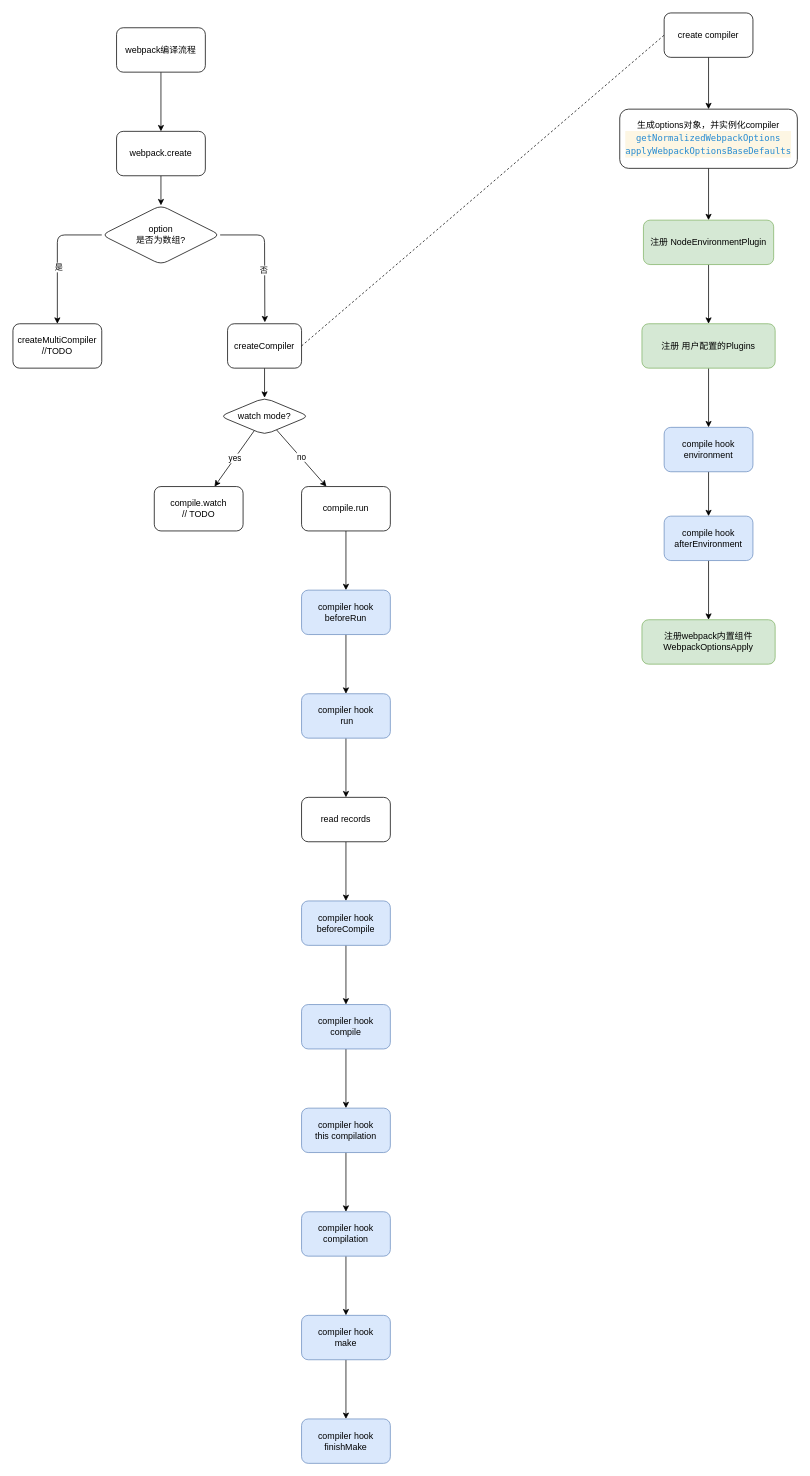
The draw.io diagram webpack-compile.drawio in flying-ostrich/webpack-source-analyse, before the edit. Source tidied: cells renumbered, new cells numbered last; positions are measured from the earlier drawing's top-left corner, leaving out a move shared by most shapes. Both pictures are drawn from the tidied source at 74%, with x=0, y=0 at pixel (13, 13).
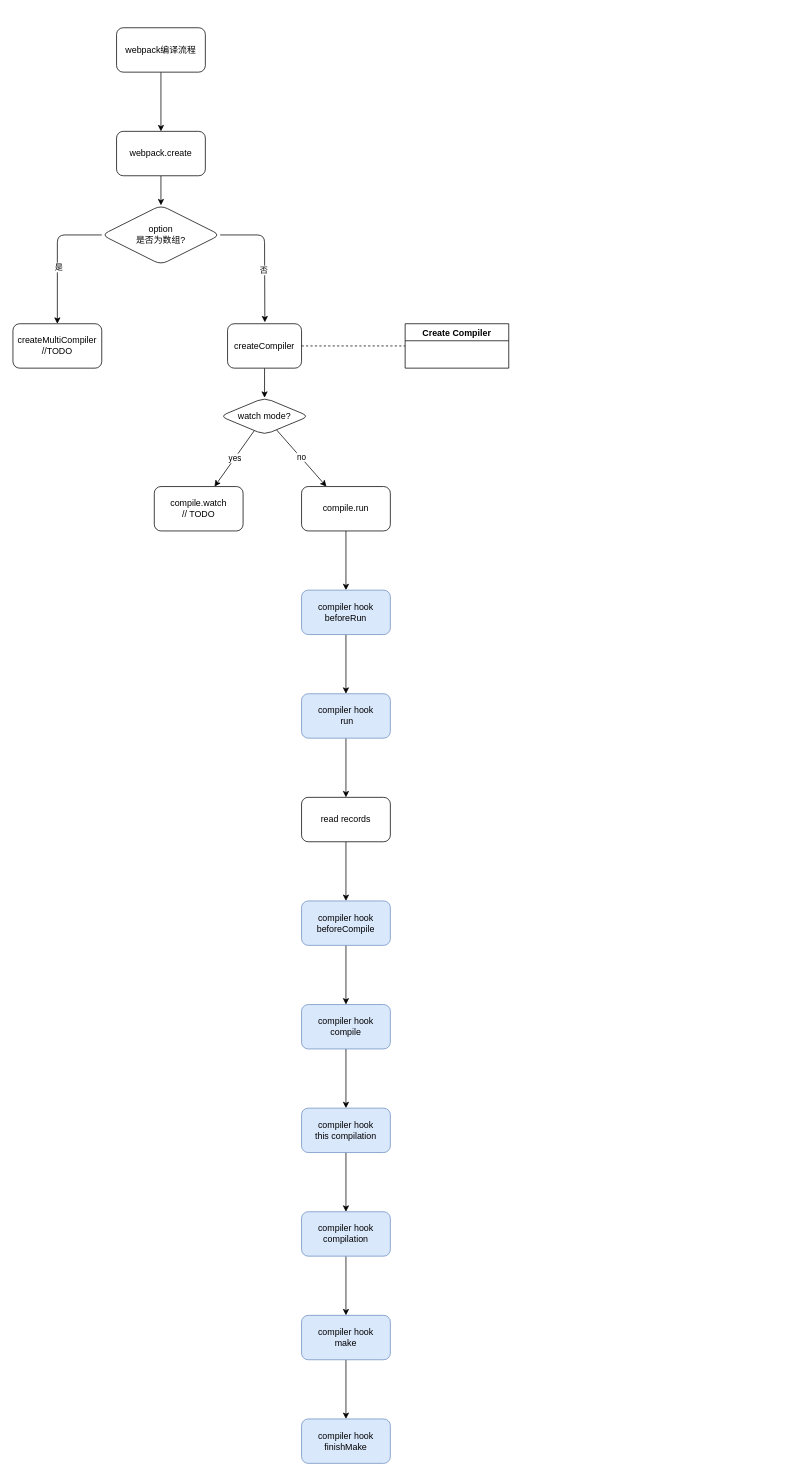
The same page after the edit.

Unchanged cells that the change refers to:
```xml
<mxCell id="13" value="createCompiler" style="rounded=1;whiteSpace=wrap;html=1;" parent="1" vertex="1">
  <mxGeometry x="290" y="420" width="100" height="60" as="geometry" />
</mxCell>
```

Diff of the diagram source:
```diff
@@
-    <mxCell id="38" style="endArrow=none;dashed=1;html=1;exitX=1;exitY=0.5;exitDx=0;exitDy=0;entryX=0;entryY=0.5;entryDx=0;entryDy=0;" parent="1" edge="1" source="13" target="40">
+    <mxCell id="38" style="endArrow=none;dashed=1;html=1;exitX=1;exitY=0.5;exitDx=0;exitDy=0;entryX=0;entryY=0.5;entryDx=0;entryDy=0;" parent="1" edge="1" source="13" target="52">
       <mxGeometry relative="1" as="geometry" />
     </mxCell>
-    <mxCell id="39" style="edgeStyle=none;html=1;" parent="1" edge="1" source="40" target="42">
-      <mxGeometry relative="1" as="geometry" />
-    </mxCell>
-    <mxCell id="40" value="create compiler" style="rounded=1;whiteSpace=wrap;html=1;" parent="1" vertex="1">
-      <mxGeometry x="880" width="120" height="60" as="geometry" />
-    </mxCell>
-    <mxCell id="41" style="edgeStyle=none;html=1;" parent="1" edge="1" source="42" target="44">
-      <mxGeometry relative="1" as="geometry" />
-    </mxCell>
-    <mxCell id="42" value="生成options对象，并实例化compiler&lt;br&gt;&lt;div style=&quot;color: rgb(101 , 123 , 131) ; background-color: rgb(253 , 246 , 227) ; font-family: &amp;#34;menlo&amp;#34; , &amp;#34;monaco&amp;#34; , &amp;#34;courier new&amp;#34; , monospace ; line-height: 18px&quot;&gt;&lt;span style=&quot;color: #268bd2&quot;&gt;getNormalizedWebpackOptions&lt;br&gt;&lt;/span&gt;&lt;div style=&quot;font-family: &amp;#34;menlo&amp;#34; , &amp;#34;monaco&amp;#34; , &amp;#34;courier new&amp;#34; , monospace ; line-height: 18px&quot;&gt;&lt;span style=&quot;color: #268bd2&quot;&gt;applyWebpackOptionsBaseDefaults&lt;/span&gt;&lt;/div&gt;&lt;/div&gt;" style="whiteSpace=wrap;html=1;rounded=1;" parent="1" vertex="1">
-      <mxGeometry x="820" y="130" width="240" height="80" as="geometry" />
-    </mxCell>
-    <mxCell id="43" style="edgeStyle=none;html=1;" parent="1" edge="1" source="44" target="46">
-      <mxGeometry relative="1" as="geometry" />
-    </mxCell>
-    <mxCell id="44" value="注册 NodeEnvironmentPlugin" style="whiteSpace=wrap;html=1;rounded=1;fillColor=#d5e8d4;strokeColor=#82b366;" parent="1" vertex="1">
-      <mxGeometry x="852" y="280" width="176" height="60" as="geometry" />
-    </mxCell>
-    <mxCell id="45" style="edgeStyle=none;html=1;" parent="1" edge="1" source="46" target="48">
-      <mxGeometry relative="1" as="geometry" />
-    </mxCell>
-    <mxCell id="46" value="注册 用户配置的Plugins" style="whiteSpace=wrap;html=1;fillColor=#d5e8d4;strokeColor=#82b366;rounded=1;" parent="1" vertex="1">
-      <mxGeometry x="850" y="420" width="180" height="60" as="geometry" />
-    </mxCell>
-    <mxCell id="47" style="edgeStyle=none;html=1;" parent="1" edge="1" source="48" target="50">
-      <mxGeometry relative="1" as="geometry" />
-    </mxCell>
-    <mxCell id="48" value="compile hook&lt;br&gt;environment" style="whiteSpace=wrap;html=1;fillColor=#dae8fc;strokeColor=#6c8ebf;rounded=1;" parent="1" vertex="1">
-      <mxGeometry x="880" y="560" width="120" height="60" as="geometry" />
-    </mxCell>
-    <mxCell id="49" style="edgeStyle=none;html=1;" parent="1" edge="1" source="50" target="51">
-      <mxGeometry relative="1" as="geometry" />
-    </mxCell>
-    <mxCell id="50" value="compile hook&lt;br&gt;afterEnvironment" style="whiteSpace=wrap;html=1;fillColor=#dae8fc;strokeColor=#6c8ebf;rounded=1;" parent="1" vertex="1">
-      <mxGeometry x="880" y="680" width="120" height="60" as="geometry" />
-    </mxCell>
-    <mxCell id="51" value="注册webpack内置组件&lt;br&gt;WebpackOptionsApply" style="whiteSpace=wrap;html=1;fillColor=#d5e8d4;strokeColor=#82b366;rounded=1;" parent="1" vertex="1">
-      <mxGeometry x="850" y="820" width="180" height="60" as="geometry" />
-    </mxCell>
+    <mxCell id="52" value="Create Compiler" style="swimlane;" parent="1" vertex="1" collapsed="1">
+      <mxGeometry x="530" y="420" width="140" height="60" as="geometry" />
+    </mxCell>
```
